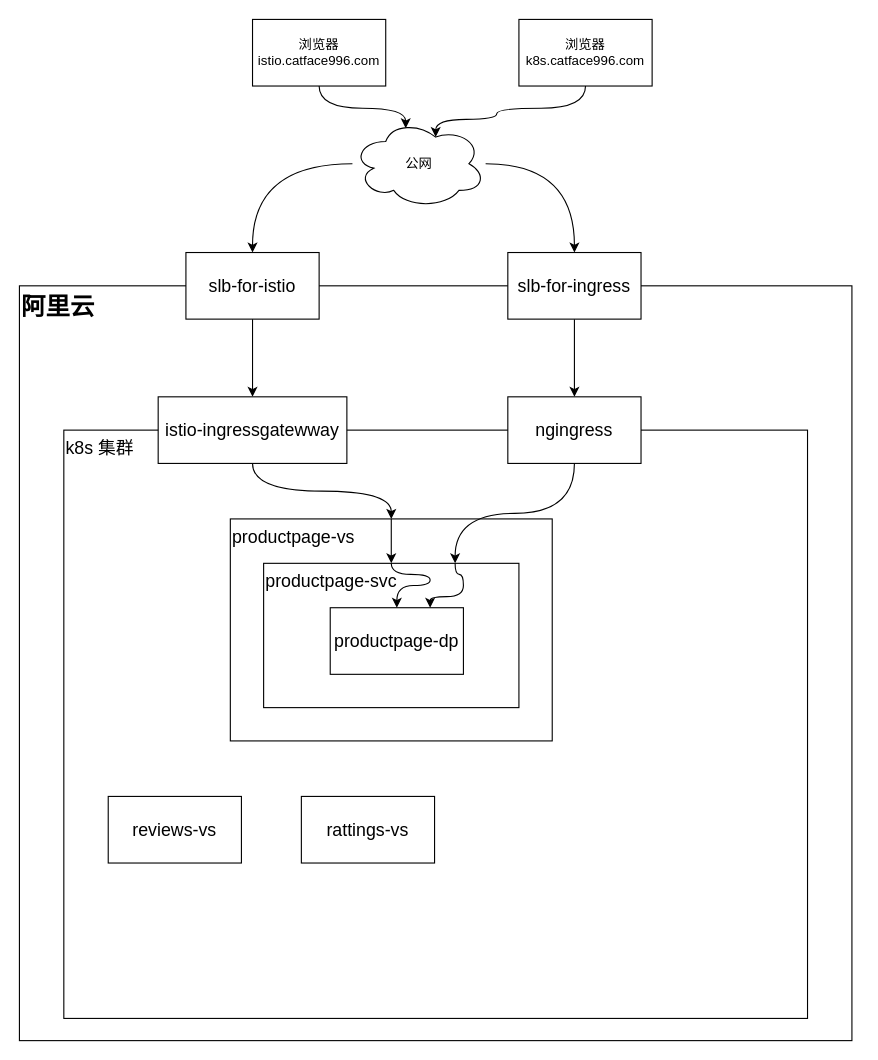
Earlier version of the draw.io diagram 阿里云 k8s+istio 部署 bookinfo.drawio (catface996/images). Source tidied: cells renumbered, new cells numbered last; positions are measured from the earlier drawing's top-left corner, leaving out a move shared by most shapes. Both pictures are drawn from the tidied source at 111%, with x=0, y=0 at pixel (19, 19).
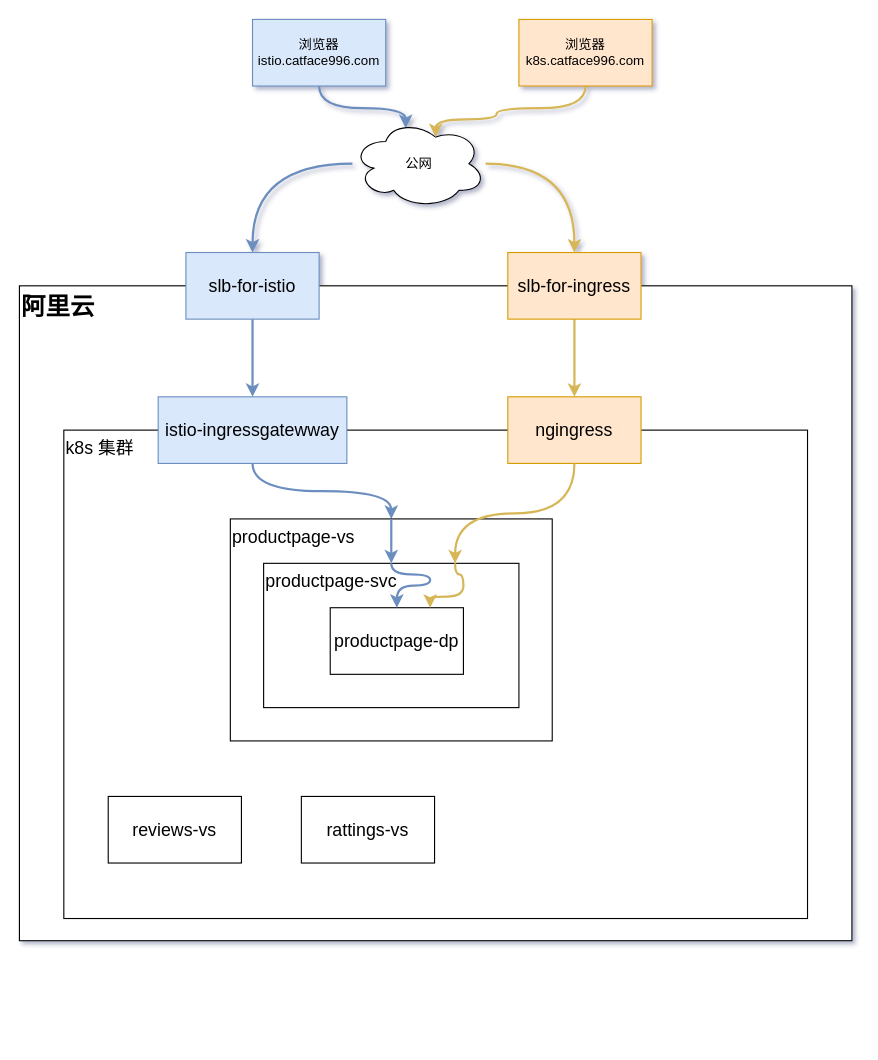
Above is the later version.

Commit message (it also covers changes not shown here):
更新阿里云 k8s+istio 部署 bookinfo.drawio

Unchanged cells that the change refers to:
```xml
<mxCell id="6" value="公网" style="ellipse;shape=cloud;whiteSpace=wrap;html=1;" parent="1" vertex="1">
  <mxGeometry x="300" y="90" width="120" height="80" as="geometry" />
</mxCell>
<mxCell id="16" value="productpage-vs" style="rounded=0;whiteSpace=wrap;html=1;fontSize=16;verticalAlign=top;align=left;" parent="1" vertex="1">
  <mxGeometry x="190" y="450" width="290" height="200" as="geometry" />
</mxCell>
<mxCell id="17" value="productpage-svc" style="rounded=0;whiteSpace=wrap;html=1;fontSize=16;verticalAlign=top;align=left;" parent="1" vertex="1">
  <mxGeometry x="220" y="490" width="230" height="130" as="geometry" />
</mxCell>
<mxCell id="18" value="productpage-dp" style="rounded=0;whiteSpace=wrap;html=1;fontSize=16;" parent="1" vertex="1">
  <mxGeometry x="280" y="530" width="120" height="60" as="geometry" />
</mxCell>
```

Diff of the diagram source:
```diff
@@
-<mxGraphModel>
+<mxGraphModel shadow="1">
@@
-    <mxCell id="2" style="edgeStyle=orthogonalEdgeStyle;rounded=0;jettySize=auto;html=1;entryX=0.4;entryY=0.1;entryDx=0;entryDy=0;entryPerimeter=0;fontSize=16;curved=1;" parent="1" edge="1" source="3" target="6">
+    <mxCell id="2" style="edgeStyle=orthogonalEdgeStyle;rounded=0;jettySize=auto;html=1;entryX=0.4;entryY=0.1;entryDx=0;entryDy=0;entryPerimeter=0;fontSize=16;curved=1;fillColor=#dae8fc;strokeColor=#6c8ebf;strokeWidth=2;" parent="1" edge="1" source="3" target="6">
       <mxGeometry relative="1" as="geometry" />
     </mxCell>
-    <mxCell id="3" value="浏览器&lt;br&gt;istio.catface996.com" style="rounded=0;whiteSpace=wrap;html=1;" parent="1" vertex="1">
+    <mxCell id="3" value="浏览器&lt;br&gt;istio.catface996.com" style="rounded=0;whiteSpace=wrap;html=1;fillColor=#dae8fc;strokeColor=#6c8ebf;" parent="1" vertex="1">
       <mxGeometry x="210" width="120" height="60" as="geometry" />
     </mxCell>
-    <mxCell id="4" style="edgeStyle=orthogonalEdgeStyle;curved=1;rounded=0;jettySize=auto;html=1;entryX=0.5;entryY=0;entryDx=0;entryDy=0;fontSize=16;" parent="1" edge="1" source="6" target="9">
+    <mxCell id="4" style="edgeStyle=orthogonalEdgeStyle;curved=1;rounded=0;jettySize=auto;html=1;entryX=0.5;entryY=0;entryDx=0;entryDy=0;fontSize=16;fillColor=#dae8fc;strokeColor=#6c8ebf;strokeWidth=2;" parent="1" edge="1" source="6" target="9">
       <mxGeometry relative="1" as="geometry" />
     </mxCell>
-    <mxCell id="5" style="edgeStyle=orthogonalEdgeStyle;curved=1;rounded=0;jettySize=auto;html=1;entryX=0.5;entryY=0;entryDx=0;entryDy=0;fontSize=16;" parent="1" edge="1" source="6" target="11">
+    <mxCell id="5" style="edgeStyle=orthogonalEdgeStyle;curved=1;rounded=0;jettySize=auto;html=1;entryX=0.5;entryY=0;entryDx=0;entryDy=0;fontSize=16;fillColor=#fff2cc;strokeColor=#d6b656;strokeWidth=2;" parent="1" edge="1" source="6" target="11">
       <mxGeometry relative="1" as="geometry" />
     </mxCell>
@@
     <mxCell id="7" value="阿里云" style="rounded=0;whiteSpace=wrap;html=1;fontStyle=1;verticalAlign=top;align=left;fontSize=22;" parent="1" vertex="1">
-      <mxGeometry y="240" width="750" height="680" as="geometry" />
+      <mxGeometry y="240" width="750" height="590" as="geometry" />
     </mxCell>
-    <mxCell id="8" style="edgeStyle=orthogonalEdgeStyle;curved=1;rounded=0;jettySize=auto;html=1;entryX=0.5;entryY=0;entryDx=0;entryDy=0;fontSize=16;" parent="1" edge="1" source="9" target="14">
+    <mxCell id="8" style="edgeStyle=orthogonalEdgeStyle;curved=1;rounded=0;jettySize=auto;html=1;entryX=0.5;entryY=0;entryDx=0;entryDy=0;fontSize=16;fillColor=#dae8fc;strokeColor=#6c8ebf;strokeWidth=2;" parent="1" edge="1" source="9" target="14">
       <mxGeometry relative="1" as="geometry" />
     </mxCell>
-    <mxCell id="9" value="slb-for-istio" style="rounded=0;whiteSpace=wrap;html=1;fontSize=16;" parent="1" vertex="1">
+    <mxCell id="9" value="slb-for-istio" style="rounded=0;whiteSpace=wrap;html=1;fontSize=16;fillColor=#dae8fc;strokeColor=#6c8ebf;" parent="1" vertex="1">
       <mxGeometry x="150" y="210" width="120" height="60" as="geometry" />
     </mxCell>
-    <mxCell id="10" style="edgeStyle=orthogonalEdgeStyle;curved=1;rounded=0;jettySize=auto;html=1;entryX=0.5;entryY=0;entryDx=0;entryDy=0;fontSize=16;" parent="1" edge="1" source="11" target="15">
+    <mxCell id="10" style="edgeStyle=orthogonalEdgeStyle;curved=1;rounded=0;jettySize=auto;html=1;entryX=0.5;entryY=0;entryDx=0;entryDy=0;fontSize=16;fillColor=#fff2cc;strokeColor=#d6b656;strokeWidth=2;" parent="1" edge="1" source="11" target="15">
       <mxGeometry relative="1" as="geometry" />
     </mxCell>
-    <mxCell id="11" value="slb-for-ingress" style="rounded=0;whiteSpace=wrap;html=1;fontSize=16;" parent="1" vertex="1">
+    <mxCell id="11" value="slb-for-ingress" style="rounded=0;whiteSpace=wrap;html=1;fontSize=16;fillColor=#ffe6cc;strokeColor=#d79b00;" parent="1" vertex="1">
       <mxGeometry x="440" y="210" width="120" height="60" as="geometry" />
     </mxCell>
     <mxCell id="12" value="k8s 集群" style="rounded=0;whiteSpace=wrap;html=1;fontSize=16;verticalAlign=top;align=left;" parent="1" vertex="1">
-      <mxGeometry x="40" y="370" width="670" height="530" as="geometry" />
+      <mxGeometry x="40" y="370" width="670" height="440" as="geometry" />
     </mxCell>
-    <mxCell id="13" style="edgeStyle=orthogonalEdgeStyle;curved=1;rounded=0;jettySize=auto;html=1;entryX=0.5;entryY=0;entryDx=0;entryDy=0;fontSize=16;" parent="1" edge="1" source="14" target="16">
+    <mxCell id="13" style="edgeStyle=orthogonalEdgeStyle;curved=1;rounded=0;jettySize=auto;html=1;entryX=0.5;entryY=0;entryDx=0;entryDy=0;fontSize=16;fillColor=#dae8fc;strokeColor=#6c8ebf;strokeWidth=2;" parent="1" edge="1" source="14" target="16">
       <mxGeometry relative="1" as="geometry" />
     </mxCell>
-    <mxCell id="14" value="istio-ingressgatewway" style="rounded=0;whiteSpace=wrap;html=1;fontSize=16;" parent="1" vertex="1">
+    <mxCell id="14" value="istio-ingressgatewway" style="rounded=0;whiteSpace=wrap;html=1;fontSize=16;fillColor=#dae8fc;strokeColor=#6c8ebf;" parent="1" vertex="1">
       <mxGeometry x="125" y="340" width="170" height="60" as="geometry" />
     </mxCell>
-    <mxCell id="15" value="ngingress" style="rounded=0;whiteSpace=wrap;html=1;fontSize=16;" parent="1" vertex="1">
+    <mxCell id="15" value="ngingress" style="rounded=0;whiteSpace=wrap;html=1;fontSize=16;fillColor=#ffe6cc;strokeColor=#d79b00;" parent="1" vertex="1">
       <mxGeometry x="440" y="340" width="120" height="60" as="geometry" />
     </mxCell>
@@
-    <mxCell id="19" style="edgeStyle=orthogonalEdgeStyle;curved=1;rounded=0;jettySize=auto;html=1;entryX=0.5;entryY=0;entryDx=0;entryDy=0;fontSize=16;exitX=0.5;exitY=0;exitDx=0;exitDy=0;" parent="1" edge="1" source="16" target="17">
+    <mxCell id="19" style="edgeStyle=orthogonalEdgeStyle;curved=1;rounded=0;jettySize=auto;html=1;entryX=0.5;entryY=0;entryDx=0;entryDy=0;fontSize=16;exitX=0.5;exitY=0;exitDx=0;exitDy=0;fillColor=#dae8fc;strokeColor=#6c8ebf;strokeWidth=2;" parent="1" edge="1" source="16" target="17">
       <mxGeometry relative="1" as="geometry">
         <Array as="points">
           <mxPoint x="335" y="460" />
           <mxPoint x="335" y="460" />
         </Array>
       </mxGeometry>
     </mxCell>
-    <mxCell id="20" style="edgeStyle=orthogonalEdgeStyle;curved=1;rounded=0;jettySize=auto;html=1;entryX=0.5;entryY=0;entryDx=0;entryDy=0;fontSize=16;exitX=0.5;exitY=0;exitDx=0;exitDy=0;" parent="1" edge="1" source="17" target="18">
+    <mxCell id="20" style="edgeStyle=orthogonalEdgeStyle;curved=1;rounded=0;jettySize=auto;html=1;entryX=0.5;entryY=0;entryDx=0;entryDy=0;fontSize=16;exitX=0.5;exitY=0;exitDx=0;exitDy=0;fillColor=#dae8fc;strokeColor=#6c8ebf;strokeWidth=2;" parent="1" edge="1" source="17" target="18">
       <mxGeometry relative="1" as="geometry">
         <Array as="points">
           <mxPoint x="335" y="500" />
           <mxPoint x="370" y="500" />
           <mxPoint x="370" y="510" />
           <mxPoint x="340" y="510" />
         </Array>
       </mxGeometry>
     </mxCell>
-    <mxCell id="21" style="edgeStyle=orthogonalEdgeStyle;curved=1;rounded=0;jettySize=auto;html=1;entryX=0.625;entryY=0.2;entryDx=0;entryDy=0;entryPerimeter=0;fontSize=16;exitX=0.5;exitY=1;exitDx=0;exitDy=0;" parent="1" edge="1" source="22" target="6">
+    <mxCell id="21" style="edgeStyle=orthogonalEdgeStyle;curved=1;rounded=0;jettySize=auto;html=1;entryX=0.625;entryY=0.2;entryDx=0;entryDy=0;entryPerimeter=0;fontSize=16;exitX=0.5;exitY=1;exitDx=0;exitDy=0;fillColor=#fff2cc;strokeColor=#d6b656;strokeWidth=2;" parent="1" edge="1" source="22" target="6">
       <mxGeometry relative="1" as="geometry">
         <Array as="points">
           <mxPoint x="510" y="80" />
           <mxPoint x="430" y="80" />
           <mxPoint x="430" y="90" />
           <mxPoint x="375" y="90" />
         </Array>
       </mxGeometry>
     </mxCell>
-    <mxCell id="22" value="浏览器&lt;br&gt;k8s.catface996.com" style="rounded=0;whiteSpace=wrap;html=1;" parent="1" vertex="1">
+    <mxCell id="22" value="浏览器&lt;br&gt;k8s.catface996.com" style="rounded=0;whiteSpace=wrap;html=1;fillColor=#ffe6cc;strokeColor=#d79b00;" parent="1" vertex="1">
       <mxGeometry x="450" width="120" height="60" as="geometry" />
     </mxCell>
-    <mxCell id="23" style="edgeStyle=orthogonalEdgeStyle;curved=1;rounded=0;jettySize=auto;html=1;entryX=0.75;entryY=0;entryDx=0;entryDy=0;fontSize=16;" parent="1" edge="1" source="15" target="17">
+    <mxCell id="23" style="edgeStyle=orthogonalEdgeStyle;curved=1;rounded=0;jettySize=auto;html=1;entryX=0.75;entryY=0;entryDx=0;entryDy=0;fontSize=16;fillColor=#fff2cc;strokeColor=#d6b656;strokeWidth=2;" parent="1" edge="1" source="15" target="17">
       <mxGeometry relative="1" as="geometry" />
     </mxCell>
-    <mxCell id="24" style="edgeStyle=orthogonalEdgeStyle;curved=1;rounded=0;jettySize=auto;html=1;entryX=0.75;entryY=0;entryDx=0;entryDy=0;fontSize=16;exitX=0.75;exitY=0;exitDx=0;exitDy=0;" parent="1" edge="1" source="17" target="18">
+    <mxCell id="24" style="edgeStyle=orthogonalEdgeStyle;curved=1;rounded=0;jettySize=auto;html=1;entryX=0.75;entryY=0;entryDx=0;entryDy=0;fontSize=16;exitX=0.75;exitY=0;exitDx=0;exitDy=0;fillColor=#fff2cc;strokeColor=#d6b656;strokeWidth=2;" parent="1" edge="1" source="17" target="18">
       <mxGeometry relative="1" as="geometry">
         <Array as="points">
           <mxPoint x="393" y="500" />
           <mxPoint x="400" y="500" />
           <mxPoint x="400" y="520" />
           <mxPoint x="370" y="520" />
         </Array>
       </mxGeometry>
     </mxCell>
@@
+    <mxCell id="27" style="edgeStyle=orthogonalEdgeStyle;curved=1;rounded=0;orthogonalLoop=1;jettySize=auto;html=1;exitX=0.5;exitY=1;exitDx=0;exitDy=0;fontSize=16;strokeWidth=2;" parent="1" edge="1" source="7" target="7">
+      <mxGeometry relative="1" as="geometry" />
+    </mxCell>
```
